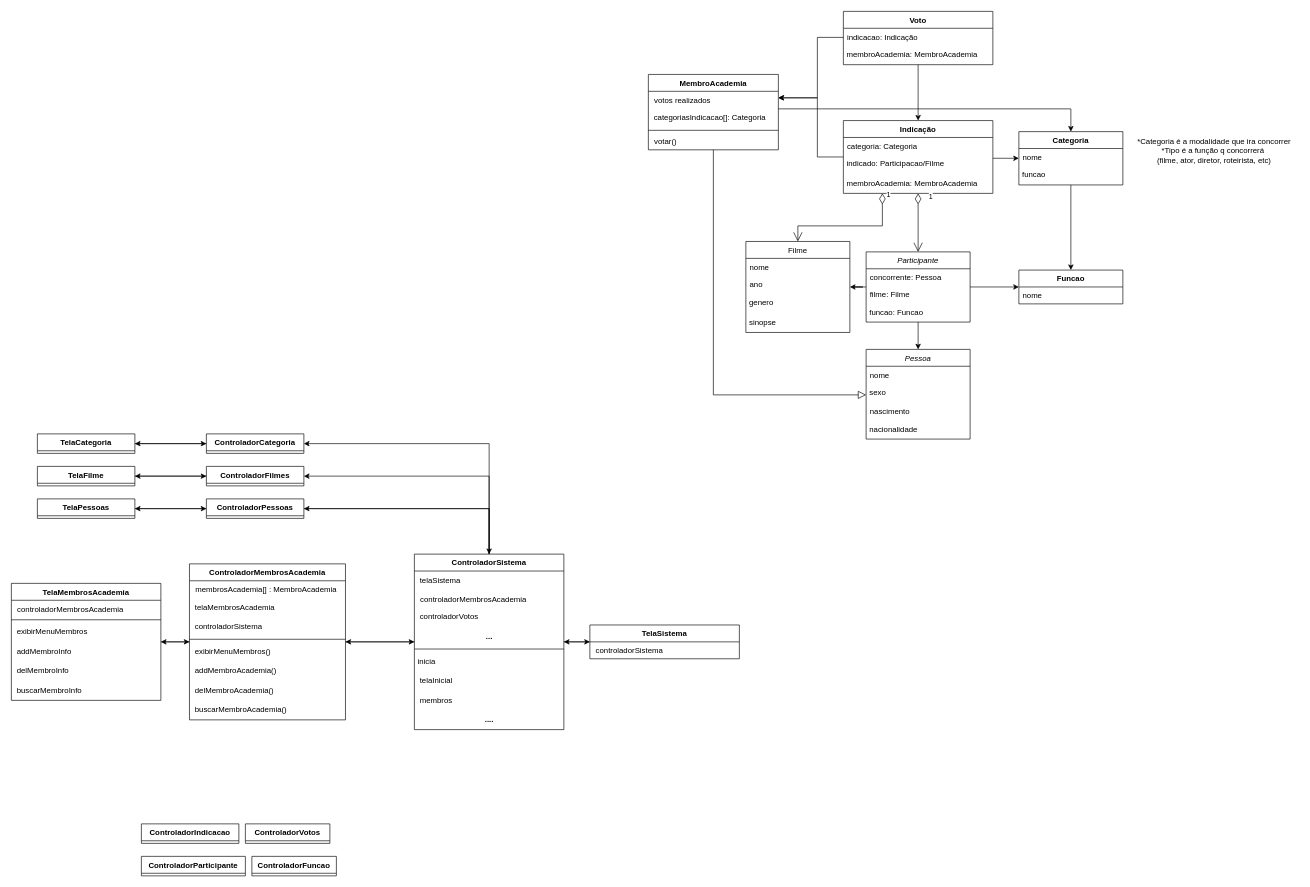
Earlier version of the draw.io diagram Diagram de Classe V2.drawio (joaotuyama21/trabalho_dsoo). Source tidied: cells renumbered, new cells numbered last; positions are measured from the earlier drawing's top-left corner, leaving out a move shared by most shapes. Both pictures are drawn from the tidied source at 65%, with x=0, y=0 at pixel (11, 11).
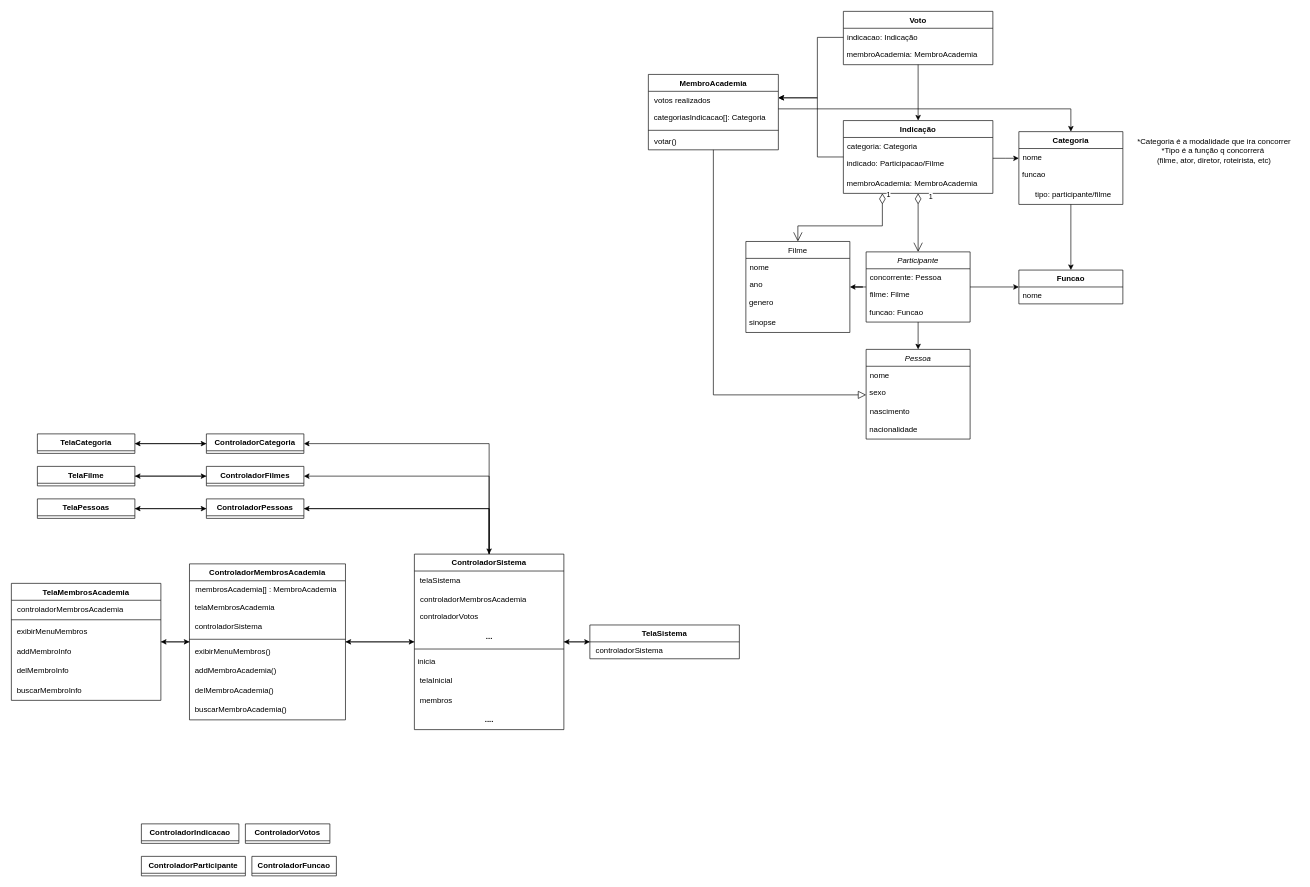
After the change.

Change to the diagram source:
```diff
@@
     <mxCell id="63" value="Categoria" style="swimlane;fontStyle=1;align=center;verticalAlign=top;horizontal=1;startSize=26;whiteSpace=wrap;html=1;" parent="1" vertex="1">
-      <mxGeometry x="1550" y="185" width="160" height="82" as="geometry" />
+      <mxGeometry x="1550" y="185" width="160" height="112" as="geometry" />
     </mxCell>
@@
+    <mxCell id="100" value="&amp;nbsp; tipo: participante/filme" style="text;html=1;align=center;verticalAlign=middle;strokeColor=none;fillColor=none;" parent="63" vertex="1">
+      <mxGeometry y="82" width="160" height="30" as="geometry" />
+    </mxCell>
```
